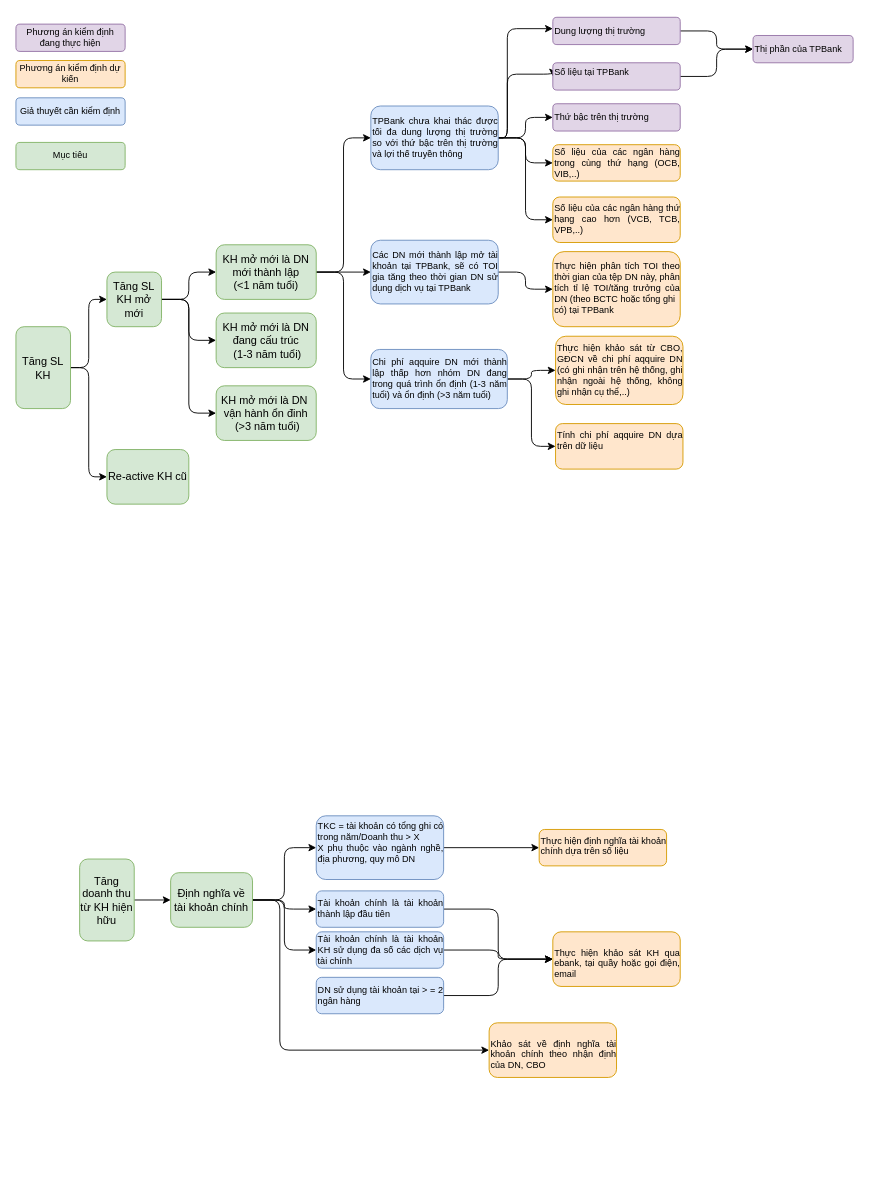
Before: tree map.drawio in ddv245/applied-data-science-cap-stone, a draw.io diagram. Source tidied: cells renumbered, new cells numbered last; positions are measured from the earlier drawing's top-left corner, leaving out a move shared by most shapes. Both pictures are drawn from the tidied source at 91%, with x=0, y=0 at pixel (15, 16).
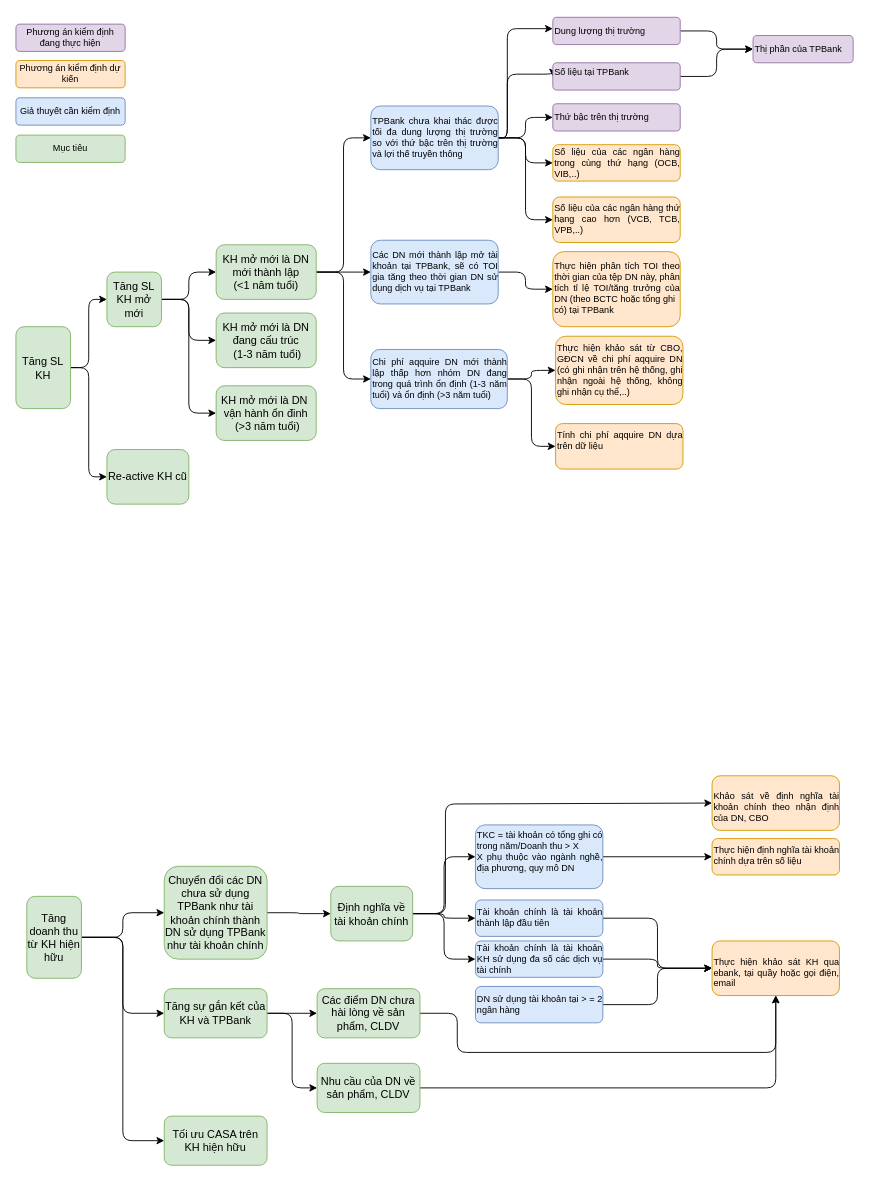
After the change.

Diff of the diagram source:
```diff
@@
-    <mxCell id="5" style="edgeStyle=orthogonalEdgeStyle;rounded=1;jettySize=auto;html=1;entryX=0;entryY=0.5;entryDx=0;entryDy=0;" parent="1" edge="1" source="6" target="10">
+    <mxCell id="5" style="edgeStyle=orthogonalEdgeStyle;rounded=1;jettySize=auto;html=1;entryX=0;entryY=0.5;entryDx=0;entryDy=0;exitX=1;exitY=0.5;exitDx=0;exitDy=0;" parent="1" edge="1" source="6" target="10">
       <mxGeometry relative="1" as="geometry">
         <Array as="points">
-          <mxPoint x="290" y="970.5" />
-          <mxPoint x="290" y="1135.5" />
+          <mxPoint x="472" y="986" />
+          <mxPoint x="472" y="865" />
         </Array>
       </mxGeometry>
     </mxCell>
     <mxCell id="6" value="&lt;p style=&quot;margin-top: 0pt; margin-bottom: 0pt; margin-left: 0in; direction: ltr; unicode-bidi: embed; word-break: normal;&quot;&gt;Định nghĩa về tài khoản chính&lt;/p&gt;" style="rounded=1;whiteSpace=wrap;html=1;fillColor=#d5e8d4;strokeColor=#82b366;" parent="1" vertex="1">
-      <mxGeometry x="170" y="940.5" width="90" height="60" as="geometry" />
+      <mxGeometry x="346" y="955.5" width="90" height="60" as="geometry" />
     </mxCell>
@@
     <mxCell id="8" value="&lt;p style=&quot;margin-top: 0pt; margin-bottom: 0pt; margin-left: 0in; direction: ltr; unicode-bidi: embed; word-break: normal; font-size: 10px;&quot;&gt;&lt;/p&gt;&lt;div style=&quot;text-align: justify; font-size: 10px;&quot;&gt;&lt;span style=&quot;background-color: initial;&quot;&gt;&lt;font style=&quot;font-size: 10px;&quot;&gt;TKC = tài khoản có tổng ghi có trong&amp;nbsp;&lt;/font&gt;&lt;/span&gt;&lt;span style=&quot;background-color: initial;&quot;&gt;năm/Doanh thu &amp;gt; X&lt;/span&gt;&lt;/div&gt;&lt;font style=&quot;font-size: 10px;&quot;&gt;&lt;div style=&quot;text-align: justify;&quot;&gt;&lt;span style=&quot;background-color: initial; font-family: Arial;&quot;&gt;X phụ thuộc vào ngành nghề, địa phương,&amp;nbsp;&lt;/span&gt;&lt;span style=&quot;background-color: initial; font-family: Arial;&quot;&gt;quy mô DN&lt;/span&gt;&lt;/div&gt;&lt;/font&gt;&lt;p&gt;&lt;/p&gt;" style="rounded=1;whiteSpace=wrap;html=1;fillColor=#dae8fc;strokeColor=#6c8ebf;align=left;verticalAlign=middle;" parent="1" vertex="1">
-      <mxGeometry x="330" y="878" width="140" height="70" as="geometry" />
+      <mxGeometry x="505" y="888" width="140" height="70" as="geometry" />
     </mxCell>
     <mxCell id="9" value="&lt;p style=&quot;margin-top: 0pt; margin-bottom: 0pt; margin-left: 0in; direction: ltr; unicode-bidi: embed; word-break: normal; font-size: 10px;&quot;&gt;&lt;/p&gt;&lt;div style=&quot;text-align: justify; font-size: 10px;&quot;&gt;&lt;div&gt;Thực hiện định nghĩa tài khoản chính dựa trên số liệu&lt;/div&gt;&lt;/div&gt;&lt;p&gt;&lt;/p&gt;" style="rounded=1;whiteSpace=wrap;html=1;fillColor=#ffe6cc;strokeColor=#d79b00;align=left;verticalAlign=top;horizontal=1;" parent="1" vertex="1">
-      <mxGeometry x="575" y="893" width="140" height="40" as="geometry" />
+      <mxGeometry x="765" y="903" width="140" height="40" as="geometry" />
     </mxCell>
     <mxCell id="10" value="&lt;p style=&quot;margin-top: 0pt; margin-bottom: 0pt; margin-left: 0in; direction: ltr; unicode-bidi: embed; word-break: normal; font-size: 10px;&quot;&gt;&lt;/p&gt;&lt;div style=&quot;text-align: justify; font-size: 10px;&quot;&gt;&lt;p&gt;Khảo sát về định nghĩa tài khoản chính theo nhận định của DN, CBO&lt;/p&gt;&lt;/div&gt;&lt;p&gt;&lt;/p&gt;" style="rounded=1;whiteSpace=wrap;html=1;fillColor=#ffe6cc;strokeColor=#d79b00;align=left;verticalAlign=top;horizontal=1;" parent="1" vertex="1">
-      <mxGeometry x="520" y="1105.5" width="140" height="60" as="geometry" />
+      <mxGeometry x="765" y="834" width="140" height="60" as="geometry" />
     </mxCell>
@@
     <mxCell id="28" value="&lt;p style=&quot;margin-top: 0pt; margin-bottom: 0pt; margin-left: 0in; direction: ltr; unicode-bidi: embed; word-break: normal; font-size: 10px;&quot;&gt;&lt;/p&gt;&lt;div style=&quot;text-align: justify; font-size: 10px;&quot;&gt;&lt;p&gt;Tài khoản chính là tài khoản thành lập đầu tiên&lt;/p&gt;&lt;/div&gt;&lt;p&gt;&lt;/p&gt;" style="rounded=1;whiteSpace=wrap;html=1;fillColor=#dae8fc;strokeColor=#6c8ebf;align=left;verticalAlign=middle;" parent="1" vertex="1">
-      <mxGeometry x="330" y="960.5" width="140" height="40" as="geometry" />
+      <mxGeometry x="505" y="970.5" width="140" height="40" as="geometry" />
     </mxCell>
@@
     <mxCell id="30" value="&lt;p style=&quot;margin-top: 0pt; margin-bottom: 0pt; margin-left: 0in; direction: ltr; unicode-bidi: embed; word-break: normal; font-size: 10px;&quot;&gt;&lt;/p&gt;&lt;div style=&quot;text-align: justify; font-size: 10px;&quot;&gt;&lt;p&gt;DN sử dụng tài khoản tại &amp;gt; = 2 ngân hàng&lt;/p&gt;&lt;/div&gt;&lt;p&gt;&lt;/p&gt;" style="rounded=1;whiteSpace=wrap;html=1;fillColor=#dae8fc;strokeColor=#6c8ebf;align=left;verticalAlign=middle;" parent="1" vertex="1">
-      <mxGeometry x="330" y="1055.5" width="140" height="40" as="geometry" />
+      <mxGeometry x="505" y="1065.5" width="140" height="40" as="geometry" />
     </mxCell>
@@
     <mxCell id="32" value="&lt;p style=&quot;margin-top: 0pt; margin-bottom: 0pt; margin-left: 0in; direction: ltr; unicode-bidi: embed; word-break: normal; font-size: 10px;&quot;&gt;&lt;/p&gt;&lt;div style=&quot;text-align: justify; font-size: 10px;&quot;&gt;&lt;p&gt;Tài khoản chính là tài khoản KH sử dụng đa số các dịch vụ tài chính&lt;/p&gt;&lt;/div&gt;&lt;p&gt;&lt;/p&gt;" style="rounded=1;whiteSpace=wrap;html=1;fillColor=#dae8fc;strokeColor=#6c8ebf;align=left;verticalAlign=middle;" parent="1" vertex="1">
-      <mxGeometry x="330" y="1005.5" width="140" height="40" as="geometry" />
+      <mxGeometry x="505" y="1015.5" width="140" height="40" as="geometry" />
     </mxCell>
     <mxCell id="33" value="&lt;p style=&quot;margin-top: 0pt; margin-bottom: 0pt; margin-left: 0in; direction: ltr; unicode-bidi: embed; word-break: normal; font-size: 10px;&quot;&gt;&lt;/p&gt;&lt;div style=&quot;text-align: justify; font-size: 10px;&quot;&gt;&lt;p&gt;Thực hiện khảo sát KH qua ebank, tại quầy hoặc gọi điện, email&lt;/p&gt;&lt;/div&gt;&lt;p&gt;&lt;/p&gt;" style="rounded=1;whiteSpace=wrap;html=1;fillColor=#ffe6cc;strokeColor=#d79b00;align=left;verticalAlign=top;horizontal=1;" parent="1" vertex="1">
-      <mxGeometry x="590" y="1005.5" width="140" height="60" as="geometry" />
+      <mxGeometry x="765" y="1015.5" width="140" height="60" as="geometry" />
     </mxCell>
@@
     <mxCell id="57" value="&lt;p style=&quot;margin-top: 0pt; margin-bottom: 0pt; margin-left: 0in; direction: ltr; unicode-bidi: embed; word-break: normal; font-size: 10px;&quot;&gt;&lt;/p&gt;&lt;div style=&quot;font-size: 10px;&quot;&gt;&lt;p&gt;Mục tiêu&lt;/p&gt;&lt;/div&gt;&lt;p&gt;&lt;/p&gt;" style="rounded=1;whiteSpace=wrap;html=1;fillColor=#d5e8d4;strokeColor=#82b366;align=center;verticalAlign=middle;" parent="1" vertex="1">
-      <mxGeometry y="138" width="120" height="30" as="geometry" />
+      <mxGeometry y="130" width="120" height="30" as="geometry" />
     </mxCell>
-    <mxCell id="58" style="edgeStyle=orthogonalEdgeStyle;rounded=1;jettySize=auto;html=1;" parent="1" edge="1" source="59" target="6">
+    <mxCell id="58" style="edgeStyle=orthogonalEdgeStyle;rounded=1;jettySize=auto;html=1;entryX=0;entryY=0.5;entryDx=0;entryDy=0;" parent="1" edge="1" source="59" target="63">
       <mxGeometry relative="1" as="geometry" />
     </mxCell>
+    <mxCell id="60" style="edgeStyle=orthogonalEdgeStyle;rounded=1;jettySize=auto;html=1;entryX=0;entryY=0.5;entryDx=0;entryDy=0;" parent="1" edge="1" source="59" target="66">
+      <mxGeometry relative="1" as="geometry" />
+    </mxCell>
+    <mxCell id="61" style="edgeStyle=orthogonalEdgeStyle;rounded=1;jettySize=auto;html=1;entryX=0;entryY=0.5;entryDx=0;entryDy=0;" parent="1" edge="1" source="59" target="71">
+      <mxGeometry relative="1" as="geometry" />
+    </mxCell>
     <mxCell id="59" value="&lt;p style=&quot;margin-top: 0pt; margin-bottom: 0pt; margin-left: 0in; direction: ltr; unicode-bidi: embed; word-break: normal;&quot;&gt;Tăng doanh thu từ KH hiện hữu&lt;/p&gt;" style="rounded=1;whiteSpace=wrap;html=1;fillColor=#d5e8d4;strokeColor=#82b366;" parent="1" vertex="1">
-      <mxGeometry x="70" y="925.5" width="60" height="90" as="geometry" />
+      <mxGeometry x="12" y="966.5" width="60" height="90" as="geometry" />
     </mxCell>
+    <mxCell id="62" style="edgeStyle=orthogonalEdgeStyle;rounded=1;jettySize=auto;html=1;entryX=0;entryY=0.5;entryDx=0;entryDy=0;" parent="1" edge="1" source="63" target="6">
+      <mxGeometry relative="1" as="geometry" />
+    </mxCell>
+    <mxCell id="63" value="&lt;p style=&quot;margin-top: 0pt; margin-bottom: 0pt; margin-left: 0in; direction: ltr; unicode-bidi: embed; word-break: normal;&quot;&gt;Chuyển đổi các DN chưa sử dụng TPBank như tài khoản chính thành DN sử dụng TPBank như tài khoản chính&lt;/p&gt;" style="rounded=1;whiteSpace=wrap;html=1;fillColor=#d5e8d4;strokeColor=#82b366;" parent="1" vertex="1">
+      <mxGeometry x="163" y="933.5" width="113" height="102" as="geometry" />
+    </mxCell>
+    <mxCell id="64" style="edgeStyle=orthogonalEdgeStyle;rounded=1;jettySize=auto;html=1;" parent="1" edge="1" source="66" target="68">
+      <mxGeometry relative="1" as="geometry" />
+    </mxCell>
+    <mxCell id="65" style="edgeStyle=orthogonalEdgeStyle;rounded=1;jettySize=auto;html=1;entryX=0;entryY=0.5;entryDx=0;entryDy=0;" parent="1" edge="1" source="66" target="70">
+      <mxGeometry relative="1" as="geometry" />
+    </mxCell>
+    <mxCell id="66" value="&lt;p style=&quot;margin-top: 0pt; margin-bottom: 0pt; margin-left: 0in; direction: ltr; unicode-bidi: embed; word-break: normal;&quot;&gt;Tăng sự gắn kết của KH và TPBank&lt;/p&gt;" style="rounded=1;whiteSpace=wrap;html=1;fillColor=#d5e8d4;strokeColor=#82b366;" parent="1" vertex="1">
+      <mxGeometry x="163" y="1068" width="113" height="54" as="geometry" />
+    </mxCell>
+    <mxCell id="67" style="edgeStyle=orthogonalEdgeStyle;rounded=1;jettySize=auto;html=1;" parent="1" edge="1" source="68" target="33">
+      <mxGeometry relative="1" as="geometry">
+        <Array as="points">
+          <mxPoint x="485" y="1095" />
+          <mxPoint x="485" y="1138" />
+          <mxPoint x="835" y="1138" />
+        </Array>
+      </mxGeometry>
+    </mxCell>
+    <mxCell id="68" value="&lt;p style=&quot;margin-top: 0pt; margin-bottom: 0pt; margin-left: 0in; direction: ltr; unicode-bidi: embed; word-break: normal;&quot;&gt;Các điểm DN chưa hài lòng về sản phẩm, CLDV&lt;/p&gt;" style="rounded=1;whiteSpace=wrap;html=1;fillColor=#d5e8d4;strokeColor=#82b366;" parent="1" vertex="1">
+      <mxGeometry x="331" y="1068" width="113" height="54" as="geometry" />
+    </mxCell>
+    <mxCell id="69" style="edgeStyle=orthogonalEdgeStyle;rounded=1;jettySize=auto;html=1;entryX=0.5;entryY=1;entryDx=0;entryDy=0;" parent="1" edge="1" source="70" target="33">
+      <mxGeometry relative="1" as="geometry" />
+    </mxCell>
+    <mxCell id="70" value="&lt;p style=&quot;margin-top: 0pt; margin-bottom: 0pt; margin-left: 0in; direction: ltr; unicode-bidi: embed; word-break: normal;&quot;&gt;Nhu cầu của DN về sản phẩm, CLDV&lt;/p&gt;" style="rounded=1;whiteSpace=wrap;html=1;fillColor=#d5e8d4;strokeColor=#82b366;" parent="1" vertex="1">
+      <mxGeometry x="331" y="1150" width="113" height="54" as="geometry" />
+    </mxCell>
+    <mxCell id="71" value="&lt;p style=&quot;margin-top: 0pt; margin-bottom: 0pt; margin-left: 0in; direction: ltr; unicode-bidi: embed; word-break: normal;&quot;&gt;Tối ưu CASA trên KH hiện hữu&lt;/p&gt;" style="rounded=1;whiteSpace=wrap;html=1;fillColor=#d5e8d4;strokeColor=#82b366;" parent="1" vertex="1">
+      <mxGeometry x="163" y="1208" width="113" height="54" as="geometry" />
+    </mxCell>
```
